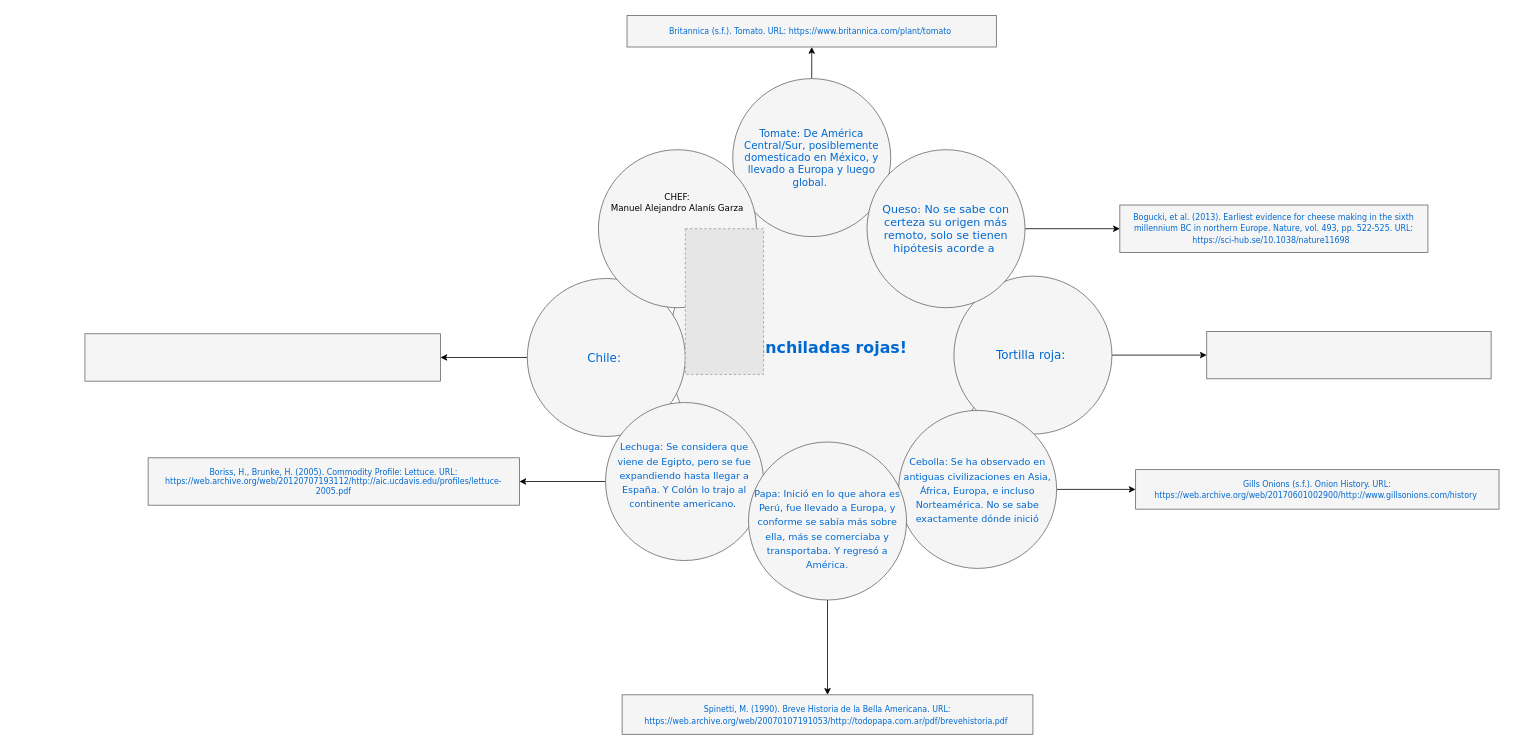
manuelaag99/DRAWioFILES keeps this draw.io diagram as Diagrama sin título.drawio. Above is the earlier version. Source tidied: cells renumbered, new cells numbered last; positions are measured from the earlier drawing's top-left corner, leaving out a move shared by most shapes. Both pictures are drawn from the tidied source at 79%, with x=0, y=0 at pixel (85, 15). Pictures stored in the file or linked from it are replaced by grey dashed boxes.
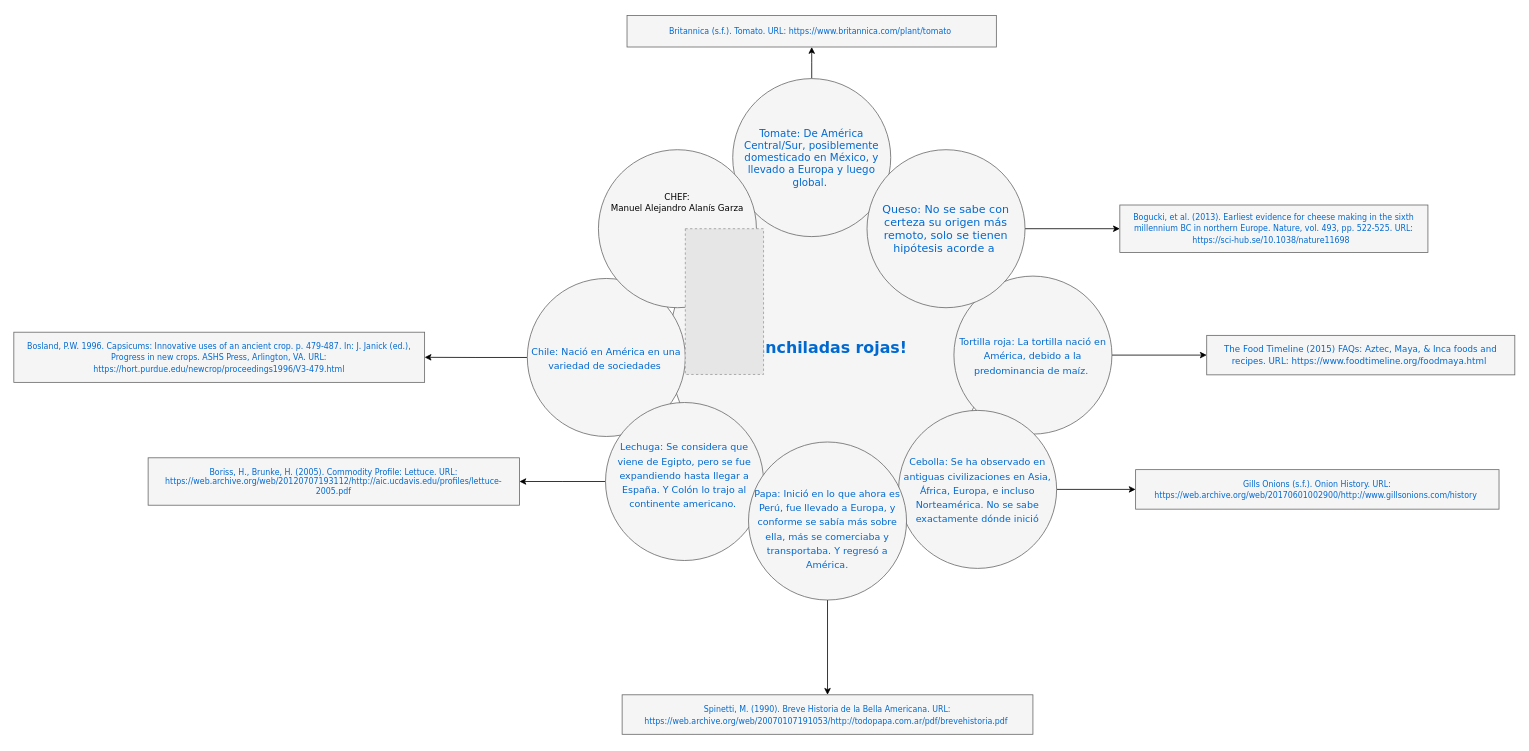
After the change.

The edit, as a diff of the source:
```diff
@@
-    <mxCell id="7" value="Tortilla roja:&amp;nbsp;" style="ellipse;whiteSpace=wrap;html=1;rounded=0;shadow=0;dashed=0;comic=0;fontFamily=Verdana;fontSize=15;fontColor=#0069D1;fillColor=#f5f5f5;strokeColor=#666666;" parent="1" vertex="1">
+    <mxCell id="7" value="&lt;font style=&quot;font-size: 12px;&quot;&gt;Tortilla roja: La tortilla nació en América, debido a la predominancia de maíz.&amp;nbsp;&lt;/font&gt;" style="ellipse;whiteSpace=wrap;html=1;rounded=0;shadow=0;dashed=0;comic=0;fontFamily=Verdana;fontSize=15;fontColor=#0069D1;fillColor=#f5f5f5;strokeColor=#666666;" parent="1" vertex="1">
       <mxGeometry x="1100" y="330" width="200" height="200" as="geometry" />
     </mxCell>
@@
-    <mxCell id="9" value="Chile:&amp;nbsp;" style="ellipse;whiteSpace=wrap;html=1;rounded=0;shadow=0;dashed=0;comic=0;fontFamily=Verdana;fontSize=15;fontColor=#0069D1;fillColor=#f5f5f5;strokeColor=#666666;" parent="1" vertex="1">
+    <mxCell id="9" value="&lt;font style=&quot;font-size: 12px;&quot;&gt;Chile: Nació en América en una variedad de sociedades&amp;nbsp;&lt;/font&gt;" style="ellipse;whiteSpace=wrap;html=1;rounded=0;shadow=0;dashed=0;comic=0;fontFamily=Verdana;fontSize=15;fontColor=#0069D1;fillColor=#f5f5f5;strokeColor=#666666;" parent="1" vertex="1">
       <mxGeometry x="560" y="333" width="200" height="200" as="geometry" />
     </mxCell>
@@
-    <mxCell id="19" style="whiteSpace=wrap;html=1;fontSize=15;fontFamily=Verdana;fillColor=#f5f5f5;strokeColor=#666666;fontColor=#0069D1;rounded=0;shadow=0;dashed=0;comic=0;" parent="1" vertex="1">
-      <mxGeometry x="1420" y="400" width="360" height="60" as="geometry" />
+    <mxCell id="19" value="&lt;p style=&quot;line-height: 90%;&quot;&gt;&lt;font style=&quot;font-size: 11px;&quot;&gt;The Food Timeline (2015) FAQs: Aztec, Maya, &amp;amp; Inca foods and recipes. URL: https://www.foodtimeline.org/foodmaya.html&amp;nbsp;&lt;/font&gt;&lt;/p&gt;" style="whiteSpace=wrap;html=1;fontSize=15;fontFamily=Verdana;fillColor=#f5f5f5;strokeColor=#666666;fontColor=#0069D1;rounded=0;shadow=0;dashed=0;comic=0;" parent="1" vertex="1">
+      <mxGeometry x="1420" y="405" width="390" height="50" as="geometry" />
     </mxCell>
@@
-    <mxCell id="21" style="whiteSpace=wrap;html=1;fontSize=15;fontFamily=Verdana;fillColor=#f5f5f5;strokeColor=#666666;fontColor=#0069D1;rounded=0;shadow=0;dashed=0;comic=0;" parent="1" vertex="1">
-      <mxGeometry y="403" width="450" height="60" as="geometry" />
+    <mxCell id="21" value="&lt;p style=&quot;line-height: 90%;&quot;&gt;&lt;font style=&quot;font-size: 10px;&quot;&gt;Bosland, P.W. 1996. Capsicums: Innovative uses of an ancient crop. p. 479-487. In: J. Janick (ed.), Progress in new crops. ASHS Press, Arlington, VA. URL: https://hort.purdue.edu/newcrop/proceedings1996/V3-479.html&lt;/font&gt;&lt;/p&gt;" style="whiteSpace=wrap;html=1;fontSize=15;fontFamily=Verdana;fillColor=#f5f5f5;strokeColor=#666666;fontColor=#0069D1;rounded=0;shadow=0;dashed=0;comic=0;" parent="1" vertex="1">
+      <mxGeometry x="-90" y="401" width="520" height="63.5" as="geometry" />
     </mxCell>
```
